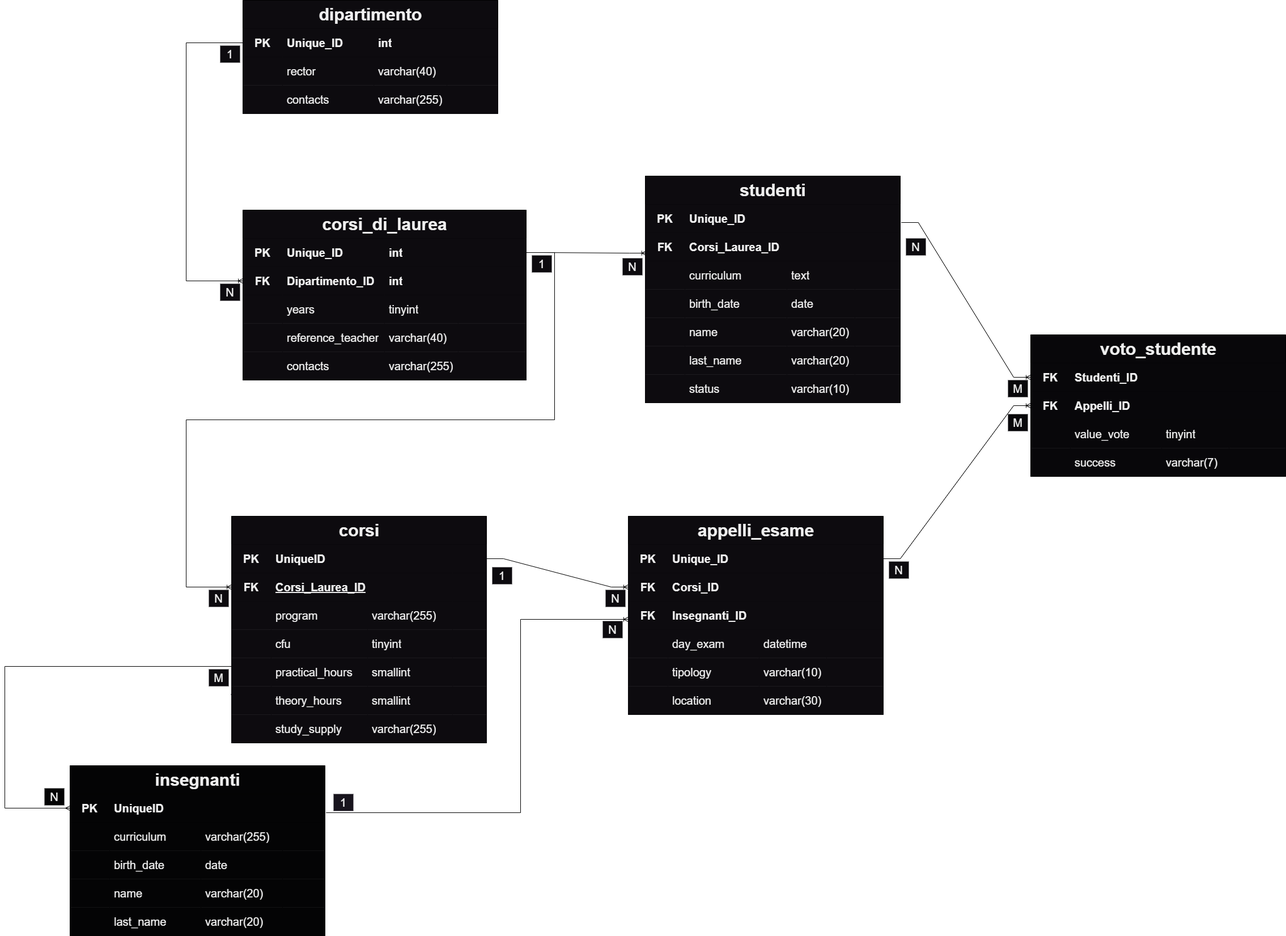
Above: DB_ateneo.png in MirkoGLostia/db-university (draw.io), before the change. Source tidied: cells renumbered, new cells last; positions are measured from the earlier drawing's top-left corner, leaving out a move shared by most shapes.
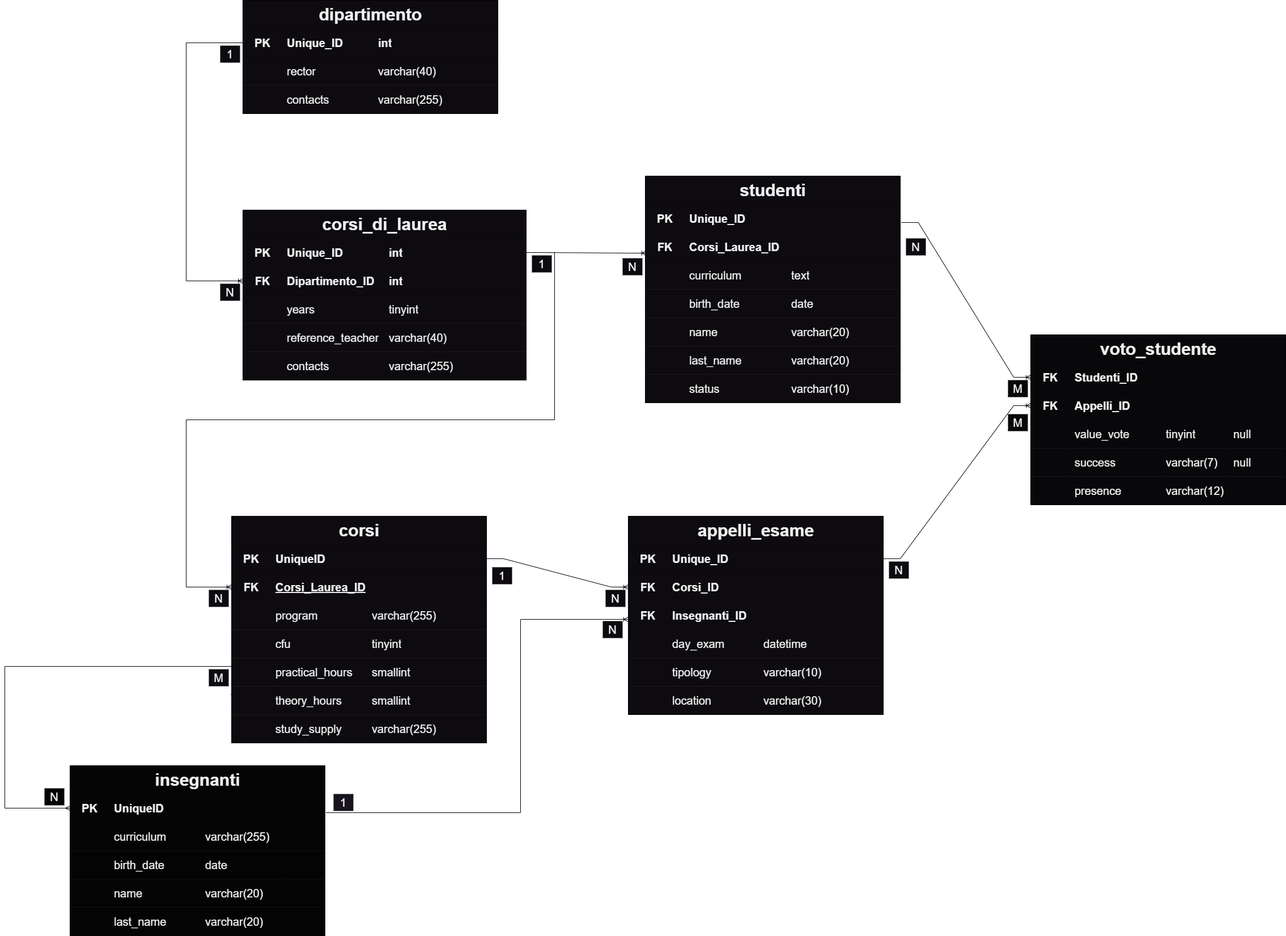
Above is the later version.

The edit, as a diff of the source:
```diff
@@ -514,7 +514,7 @@
       <mxGeometry x="1055" y="1095" width="35" height="30" as="geometry" />
     </mxCell>
     <mxCell id="169" value="&lt;font style=&quot;font-size: 30px;&quot;&gt;voto_studente&lt;/font&gt;" style="shape=table;startSize=50;rowLines=0;fontStyle=1;align=center;html=1;fontSize=20;fillColor=#08070A;fontColor=#F0F0F0;" parent="1" vertex="1">
-      <mxGeometry x="1810" y="590" width="450" height="250" as="geometry" />
+      <mxGeometry x="1810" y="590" width="450" height="300" as="geometry" />
     </mxCell>
     <mxCell id="170" style="shape=tableRow;horizontal=0;startSize=0;swimlaneHead=0;swimlaneBody=0;fillColor=#08070A;points=[[0,0.5],[1,0.5]];portConstraint=eastwest;top=0;left=0;right=0;bottom=1;fontSize=20;swimlaneLine=1;fontColor=#F0F0F0;" parent="169" vertex="1">
       <mxGeometry y="50" width="450" height="50" as="geometry" />
@@ -558,7 +558,7 @@
     <mxCell id="183" value="tinyint" style="shape=partialRectangle;fillColor=#08070A;top=0;left=0;bottom=0;right=0;align=left;spacingLeft=6;overflow=hidden;whiteSpace=wrap;html=1;fontSize=20;fontColor=#F0F0F0;" parent="180" vertex="1">
       <mxGeometry x="231" width="119" height="50" as="geometry" />
     </mxCell>
-    <mxCell id="184" style="shape=partialRectangle;fillColor=#08070A;top=0;left=0;bottom=0;right=0;align=left;spacingLeft=6;overflow=hidden;whiteSpace=wrap;html=1;fontSize=20;fontColor=#F0F0F0;" parent="180" vertex="1">
+    <mxCell id="184" value="null" style="shape=partialRectangle;fillColor=#08070A;top=0;left=0;bottom=0;right=0;align=left;spacingLeft=6;overflow=hidden;whiteSpace=wrap;html=1;fontSize=20;fontColor=#F0F0F0;" parent="180" vertex="1">
       <mxGeometry x="350" width="100" height="50" as="geometry" />
     </mxCell>
     <mxCell id="185" style="shape=tableRow;horizontal=0;startSize=0;swimlaneHead=0;swimlaneBody=0;fillColor=#08070A;top=0;left=0;right=0;bottom=0;fontSize=20;fontColor=#F0F0F0;" parent="169" vertex="1">
@@ -573,9 +573,24 @@
     <mxCell id="188" value="varchar(7)" style="shape=partialRectangle;fillColor=#08070A;top=0;left=0;bottom=0;right=0;align=left;spacingLeft=6;overflow=hidden;whiteSpace=wrap;html=1;fontSize=20;fontColor=#F0F0F0;" parent="185" vertex="1">
       <mxGeometry x="231" width="119" height="50" as="geometry" />
     </mxCell>
-    <mxCell id="189" style="shape=partialRectangle;fillColor=#08070A;top=0;left=0;bottom=0;right=0;align=left;spacingLeft=6;overflow=hidden;whiteSpace=wrap;html=1;fontSize=20;fontColor=#F0F0F0;" parent="185" vertex="1">
+    <mxCell id="189" value="null" style="shape=partialRectangle;fillColor=#08070A;top=0;left=0;bottom=0;right=0;align=left;spacingLeft=6;overflow=hidden;whiteSpace=wrap;html=1;fontSize=20;fontColor=#F0F0F0;" parent="185" vertex="1">
       <mxGeometry x="350" width="100" height="50" as="geometry" />
     </mxCell>
+    <mxCell id="217" style="shape=tableRow;horizontal=0;startSize=0;swimlaneHead=0;swimlaneBody=0;fillColor=#08070A;top=0;left=0;right=0;bottom=0;fontSize=20;fontColor=#F0F0F0;" parent="169" vertex="1">
+      <mxGeometry y="250" width="450" height="50" as="geometry" />
+    </mxCell>
+    <mxCell id="218" style="shape=partialRectangle;fillColor=#08070A;top=0;left=0;bottom=0;right=0;overflow=hidden;whiteSpace=wrap;html=1;fontSize=20;fontColor=#F0F0F0;" parent="217" vertex="1">
+      <mxGeometry width="70" height="50" as="geometry" />
+    </mxCell>
+    <mxCell id="219" value="presence" style="shape=partialRectangle;fillColor=#08070A;top=0;left=0;bottom=0;right=0;align=left;spacingLeft=6;overflow=hidden;whiteSpace=wrap;html=1;fontSize=20;fontColor=#F0F0F0;" parent="217" vertex="1">
+      <mxGeometry x="70" width="161" height="50" as="geometry" />
+    </mxCell>
+    <mxCell id="220" value="varchar(12)" style="shape=partialRectangle;fillColor=#08070A;top=0;left=0;bottom=0;right=0;align=left;spacingLeft=6;overflow=hidden;whiteSpace=wrap;html=1;fontSize=20;fontColor=#F0F0F0;" parent="217" vertex="1">
+      <mxGeometry x="231" width="119" height="50" as="geometry" />
+    </mxCell>
+    <mxCell id="221" style="shape=partialRectangle;fillColor=#08070A;top=0;left=0;bottom=0;right=0;align=left;spacingLeft=6;overflow=hidden;whiteSpace=wrap;html=1;fontSize=20;fontColor=#F0F0F0;" parent="217" vertex="1">
+      <mxGeometry x="350" width="100" height="50" as="geometry" />
+    </mxCell>
     <mxCell id="190" style="edgeStyle=entityRelationEdgeStyle;fontSize=12;html=1;endArrow=ERoneToMany;rounded=0;entryX=0;entryY=0.5;entryDx=0;entryDy=0;exitX=1.004;exitY=0.64;exitDx=0;exitDy=0;exitPerimeter=0;fillColor=#0D0B0F;fontColor=#F0F0F0;" parent="1" edge="1" source="94" target="170">
       <mxGeometry relative="1" as="geometry" />
     </mxCell>
```
